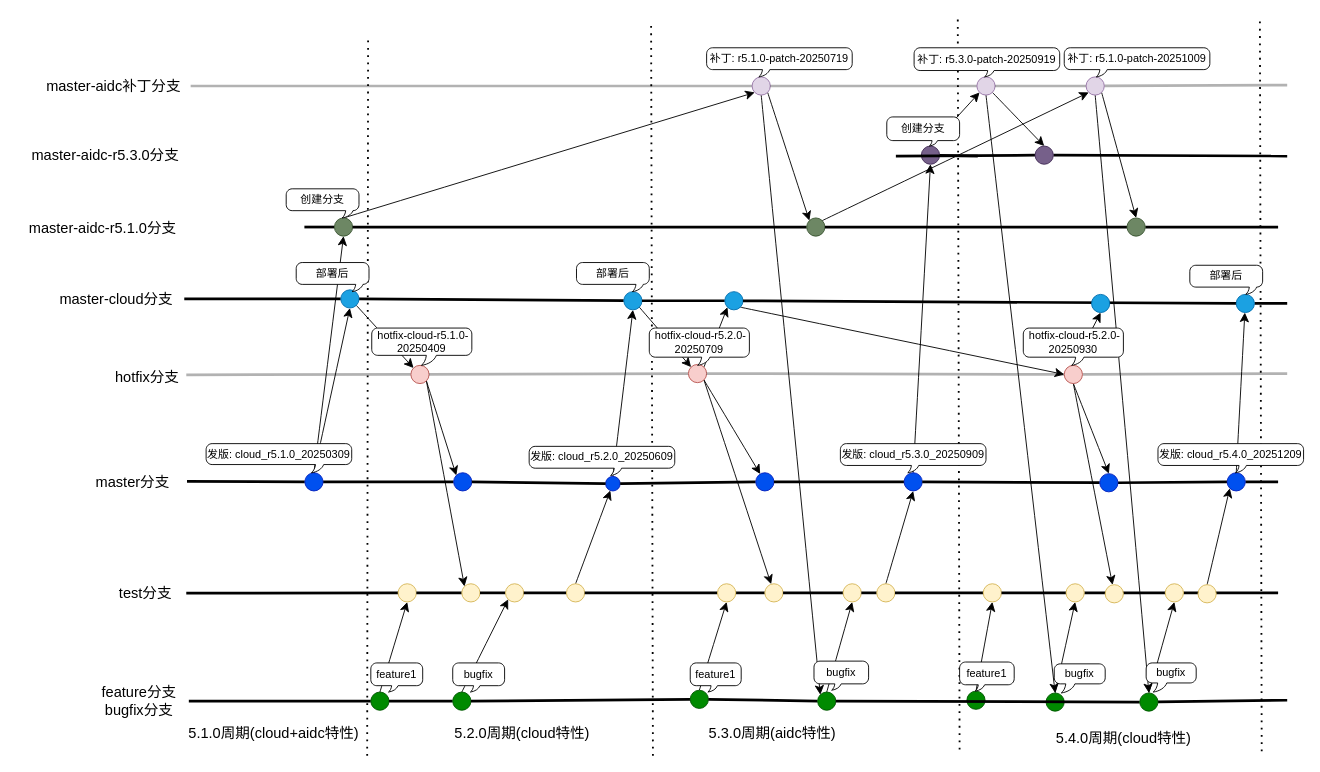
paochiang/draw keeps this draw.io diagram as page "Page-3" (3 of 3) of 规范/公有云和智算中心分支流程.drawio. Above is the earlier version. Source tidied: cells renumbered, new cells numbered last; positions are measured from the earlier drawing's top-left corner, leaving out a move shared by most shapes. Both pictures are drawn from the tidied source at 91%, with x=0, y=0 at pixel (15, 16).
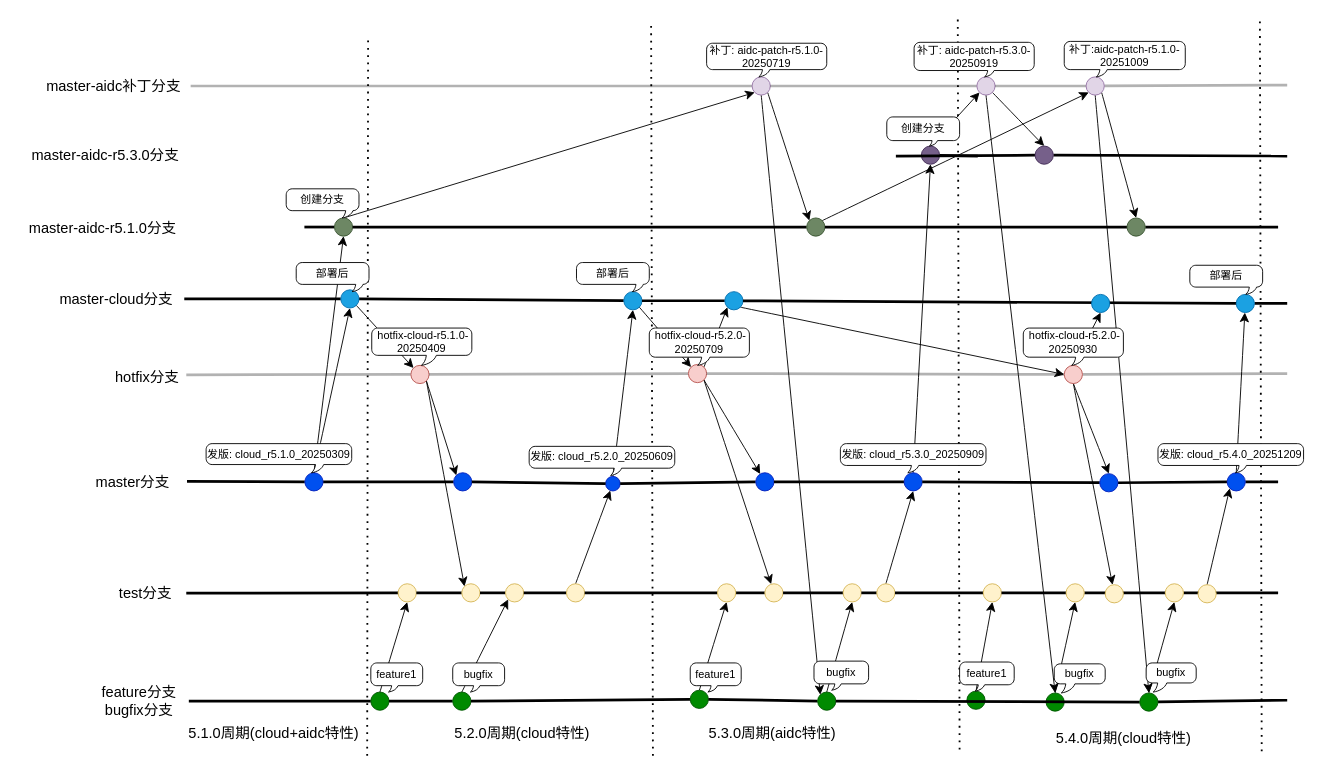
The same page after the edit.

Commit message (it also covers changes not shown here):
Update 公有云和智算中心分支流程.drawio

Change to the diagram source:
```diff
@@
-    <mxCell id="147" value="补丁:&amp;nbsp;r5.1.0-patch-20250719" style="whiteSpace=wrap;html=1;shape=mxgraph.basic.roundRectCallout;dx=65.4;dy=8;size=6.6;boundedLbl=1;" parent="1" vertex="1">
-      <mxGeometry x="759" y="34" width="160" height="32" as="geometry" />
+    <mxCell id="147" value="补丁: aidc-patch-r5.1.0-20250719" style="whiteSpace=wrap;html=1;shape=mxgraph.basic.roundRectCallout;dx=65.4;dy=8;size=6.6;boundedLbl=1;" parent="1" vertex="1">
+      <mxGeometry x="759" y="29" width="132" height="37" as="geometry" />
     </mxCell>
-    <mxCell id="148" value="补丁:&amp;nbsp;r5.3.0-patch-20250919" style="whiteSpace=wrap;html=1;shape=mxgraph.basic.roundRectCallout;dx=84.41;dy=7;size=6.6;boundedLbl=1;" parent="1" vertex="1">
-      <mxGeometry x="987" y="34" width="160" height="32" as="geometry" />
+    <mxCell id="148" value="补丁: aidc-patch-r5.3.0-20250919" style="whiteSpace=wrap;html=1;shape=mxgraph.basic.roundRectCallout;dx=84.41;dy=7;size=6.6;boundedLbl=1;" parent="1" vertex="1">
+      <mxGeometry x="987" y="28" width="132" height="38" as="geometry" />
     </mxCell>
-    <mxCell id="149" value="补丁:&amp;nbsp;r5.1.0-patch-20251009" style="whiteSpace=wrap;html=1;shape=mxgraph.basic.roundRectCallout;dx=43.18;dy=8;size=6.6;boundedLbl=1;" parent="1" vertex="1">
-      <mxGeometry x="1152" y="34" width="160" height="32" as="geometry" />
+    <mxCell id="149" value="补丁:aidc-patch-r5.1.0-20251009" style="whiteSpace=wrap;html=1;shape=mxgraph.basic.roundRectCallout;dx=43.18;dy=8;size=6.6;boundedLbl=1;" parent="1" vertex="1">
+      <mxGeometry x="1152" y="27" width="133" height="39" as="geometry" />
     </mxCell>
```
